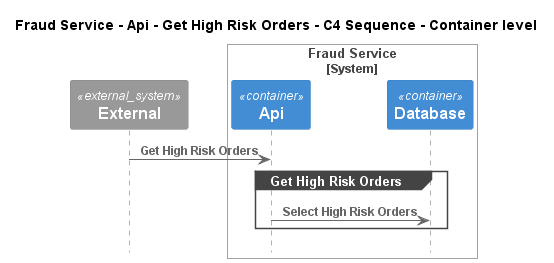
Above: e-commerce-platform/Software Systems/Fraud Service/Containers/Api/Interfaces/Get High Risk Orders/Container - C4 Sequence.png in C4InterFlow/architecture-as-code-samples (PlantUML), before the change.
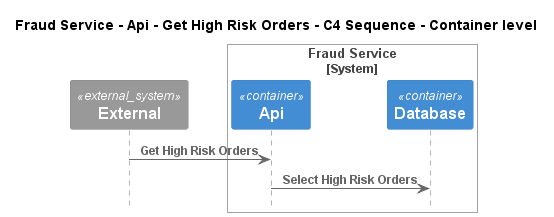
Above is the later version.

Diff of the diagram source:
```diff
@@ -12,9 +12,7 @@
 Boundary_End()
 
 Rel(C4InterFlow.SoftwareSystems.ExternalSystem, ECommercePlatform.SoftwareSystems.FraudService.Containers.Api, "Get High Risk Orders")
-group Get High Risk Orders
 Rel(ECommercePlatform.SoftwareSystems.FraudService.Containers.Api, ECommercePlatform.SoftwareSystems.FraudService.Containers.Database, "Select High Risk Orders")
-end
 
 
 @enduml
```
